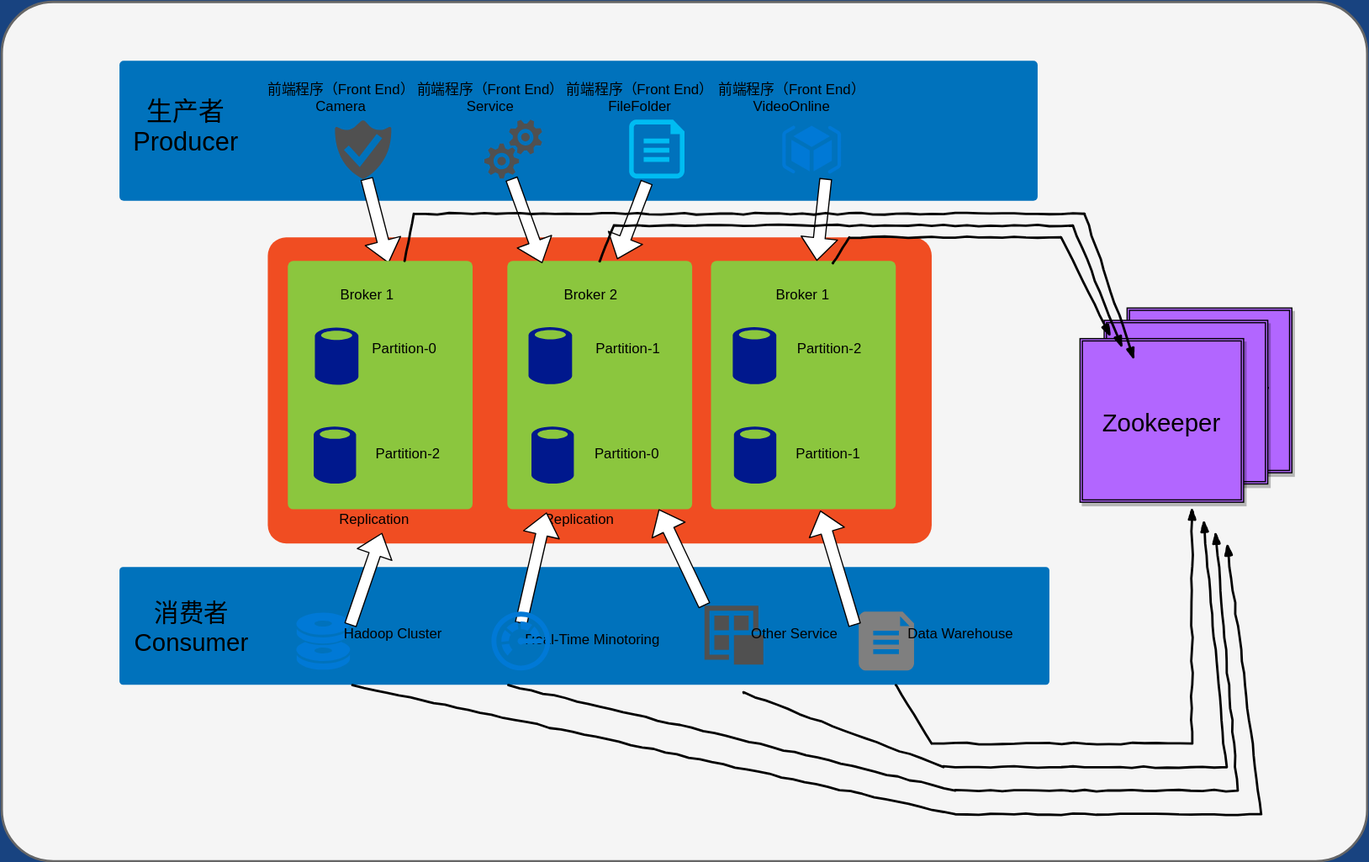
sherjy/ServerRun keeps this draw.io diagram as 未命名表单.svg. Above is the earlier version. Source tidied: cells renumbered, new cells last; positions are measured from the earlier drawing's top-left corner, leaving out a move shared by most shapes.
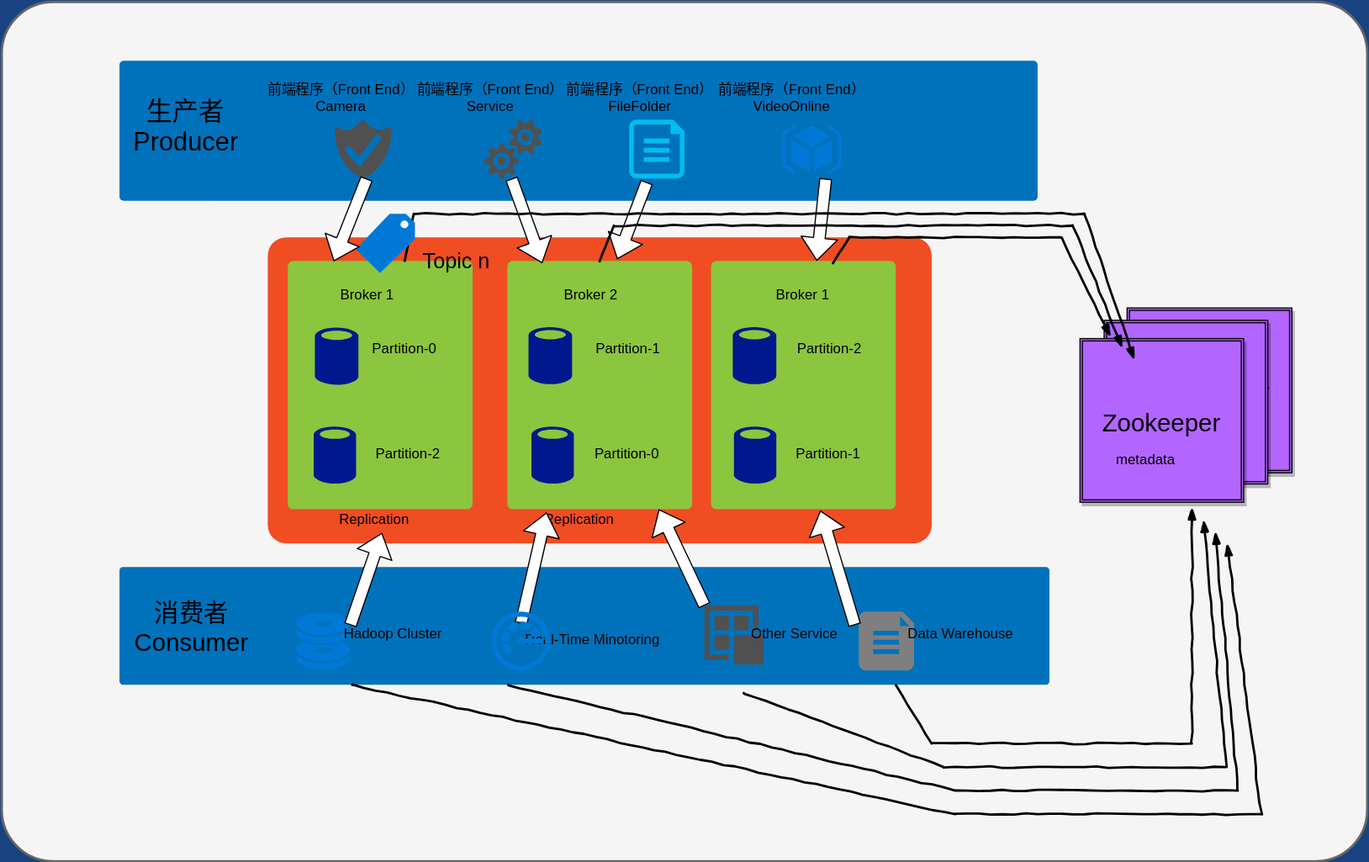
The same file after the commit.

Commit message:
已添加 未命名表单.svg

The edit, as a diff of the source:
```diff
@@ -14,10 +14,8 @@
     <mxCell id="5" style="rounded=1;whiteSpace=wrap;html=1;shadow=0;strokeWidth=2;fillColor=#F04D22;fontSize=12;fontColor=#FFFFFF;align=center;strokeColor=none;arcSize=6;verticalAlign=top;" parent="1" vertex="1">
       <mxGeometry x="226" y="200" width="564" height="260" as="geometry" />
     </mxCell>
-    <mxCell id="6" style="shape=flexArrow;endArrow=classic;html=1;fillColor=#ffffff;entryX=0.546;entryY=0.008;entryPerimeter=0;" parent="1" edge="1" target="11">
-      <mxGeometry relative="1" as="geometry">
-        <mxPoint x="310" y="150" as="sourcePoint" />
-      </mxGeometry>
+    <mxCell id="6" style="shape=flexArrow;endArrow=classic;html=1;fillColor=#ffffff;entryX=0.546;entryY=0.008;entryPerimeter=0;" parent="1" edge="1" source="65" target="11">
+      <mxGeometry relative="1" as="geometry" />
     </mxCell>
     <mxCell id="7" value="前端程序（Front End）&lt;br&gt;&lt;span&gt;&lt;a&gt;Camera&lt;/a&gt;&lt;/span&gt;&lt;br&gt;" style="text;html=1;align=center;verticalAlign=middle;fillColor=none;strokeColor=none;rounded=0;shadow=1;" parent="1" vertex="1">
       <mxGeometry x="219" y="70" width="180" height="30" as="geometry" />
@@ -241,5 +239,19 @@
     <mxCell id="62" style="shadow=0;dashed=0;html=1;strokeColor=none;labelPosition=center;verticalLabelPosition=bottom;verticalAlign=top;shape=mxgraph.mscae.cloud.monitor;fillColor=#0079D6;" parent="1" vertex="1">
       <mxGeometry x="416" y="518" width="50" height="50" as="geometry" />
     </mxCell>
+    <mxCell id="63" value="metadata" style="text;html=1;align=center;verticalAlign=middle;fillColor=none;strokeColor=none;rounded=0;shadow=1;" parent="1" vertex="1">
+      <mxGeometry x="940.5" y="380" width="80" height="20" as="geometry" />
+    </mxCell>
+    <mxCell id="64" value="Topic n" style="text;html=1;align=center;verticalAlign=middle;fillColor=none;strokeColor=none;rounded=0;shadow=1;fontSize=18;" parent="1" vertex="1">
+      <mxGeometry x="351" y="210" width="70" height="20" as="geometry" />
+    </mxCell>
+    <mxCell id="65" style="shadow=0;dashed=0;html=1;strokeColor=none;labelPosition=center;verticalLabelPosition=bottom;verticalAlign=top;shape=mxgraph.mscae.cloud.tags;fillColor=#0079D6;" parent="1" vertex="1">
+      <mxGeometry x="301" y="180" width="50" height="50" as="geometry" />
+    </mxCell>
+    <mxCell id="66" style="shape=flexArrow;endArrow=classic;html=1;fillColor=#ffffff;entryX=0.25;entryY=0;" parent="1" edge="1" target="11">
+      <mxGeometry relative="1" as="geometry">
+        <mxPoint x="310" y="150" as="sourcePoint" />
+      </mxGeometry>
+    </mxCell>
   </root>
 </mxGraphModel>
```
